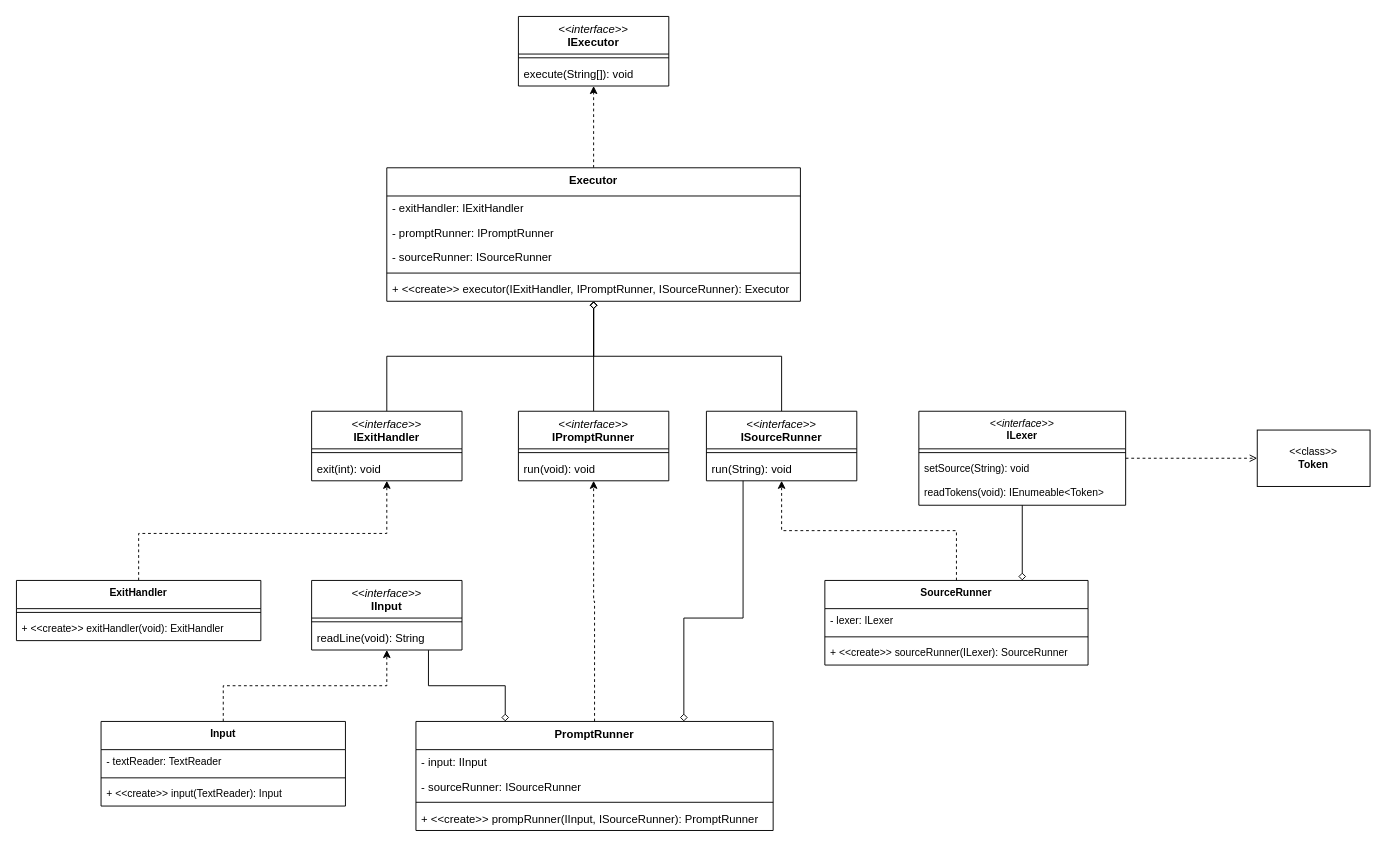
The draw.io diagram cslox/doc/uml-class-diagram.drawio in sradms0/lox, before the edit. Source tidied: cells renumbered, new cells numbered last; positions are measured from the earlier drawing's top-left corner, leaving out a move shared by most shapes. Both pictures are drawn from the tidied source at 94%, with x=0, y=0 at pixel (16, 16).
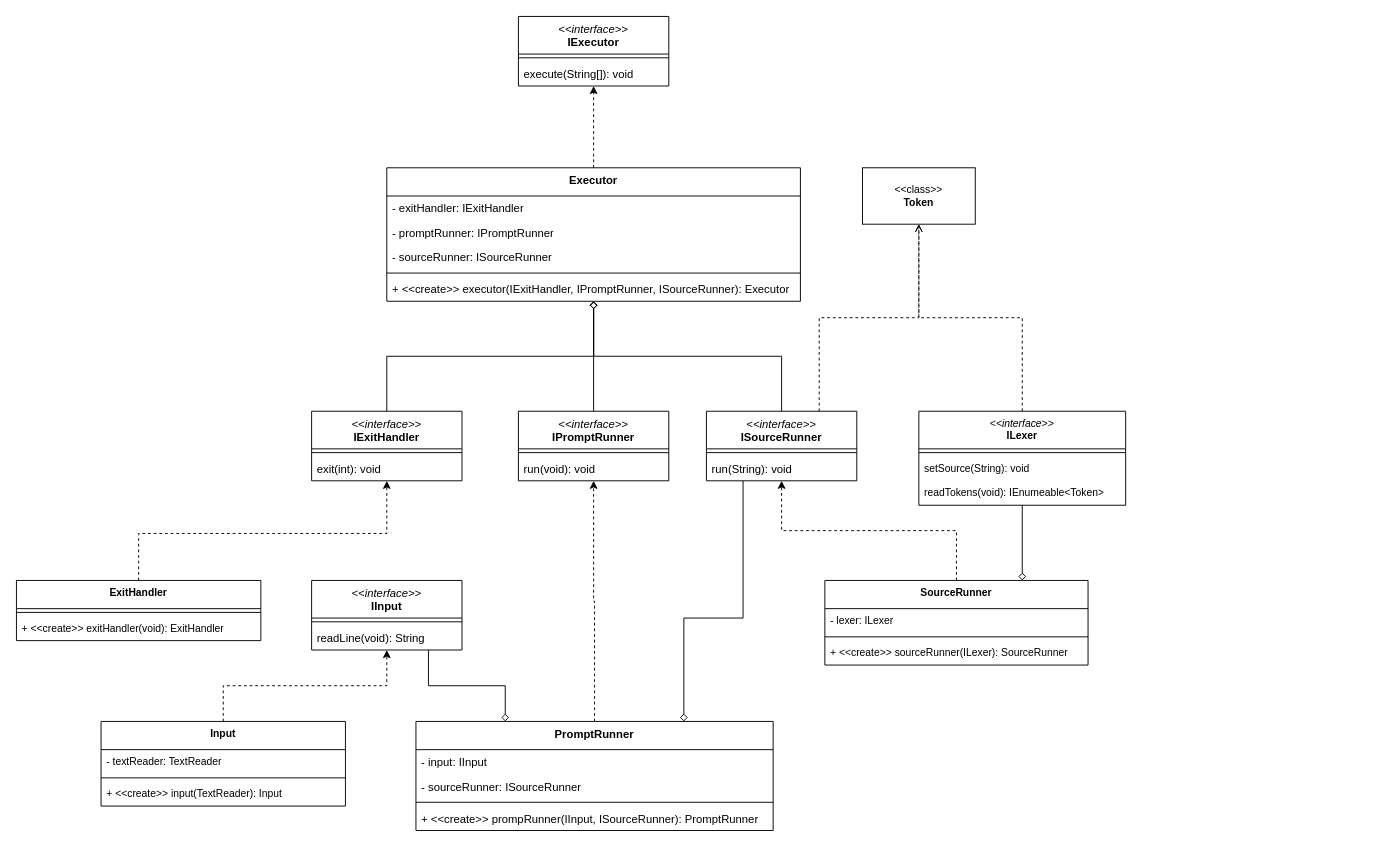
The same page after the edit.

The change refers to these unchanged cells:
```xml
<mxCell id="15" value="&lt;span style=&quot;font-weight: normal;&quot;&gt;&lt;i&gt;&amp;lt;&amp;lt;interface&amp;gt;&amp;gt;&lt;/i&gt;&lt;/span&gt;&lt;div&gt;ISourceRunner&lt;/div&gt;" style="swimlane;fontStyle=1;align=center;verticalAlign=top;horizontal=1;startSize=40;whiteSpace=wrap;html=1;" parent="1" vertex="1">
  <mxGeometry x="734" y="420" width="160" height="74" as="geometry" />
</mxCell>
<mxCell id="52" value="&lt;span style=&quot;font-weight: normal;&quot;&gt;&lt;i&gt;&amp;lt;&amp;lt;interface&amp;gt;&amp;gt;&lt;/i&gt;&lt;/span&gt;&lt;div&gt;ILexer&lt;/div&gt;" style="swimlane;fontStyle=1;align=center;verticalAlign=top;horizontal=1;startSize=40;whiteSpace=wrap;html=1;fontFamily=Helvetica;fontSize=11;fontColor=default;labelBackgroundColor=default;" parent="1" vertex="1">
  <mxGeometry x="960" y="420" width="220" height="100" as="geometry" />
</mxCell>
```

What changed in the source:
```diff
@@
+    <mxCell id="57" style="edgeStyle=orthogonalEdgeStyle;shape=connector;rounded=0;jettySize=auto;html=1;exitX=0.75;exitY=0;exitDx=0;exitDy=0;entryX=0.5;entryY=1;entryDx=0;entryDy=0;dashed=1;strokeColor=default;align=center;verticalAlign=middle;fontFamily=Helvetica;fontSize=11;fontColor=default;labelBackgroundColor=default;startArrow=none;startFill=0;endArrow=open;endFill=0;" parent="1" edge="1" source="15" target="56">
+      <mxGeometry relative="1" as="geometry" />
+    </mxCell>
@@
-    <mxCell id="51" style="edgeStyle=orthogonalEdgeStyle;shape=connector;rounded=0;jettySize=auto;html=1;entryX=0;entryY=0.5;entryDx=0;entryDy=0;strokeColor=default;align=center;verticalAlign=middle;fontFamily=Helvetica;fontSize=11;fontColor=default;labelBackgroundColor=default;startArrow=none;startFill=0;endArrow=open;endFill=0;dashed=1;" parent="1" edge="1" source="52" target="56">
+    <mxCell id="51" style="edgeStyle=orthogonalEdgeStyle;shape=connector;rounded=0;jettySize=auto;html=1;strokeColor=default;align=center;verticalAlign=middle;fontFamily=Helvetica;fontSize=11;fontColor=default;labelBackgroundColor=default;startArrow=none;startFill=0;endArrow=open;endFill=0;dashed=1;" parent="1" edge="1" source="52" target="56">
       <mxGeometry relative="1" as="geometry" />
     </mxCell>
@@
     <mxCell id="56" value="&amp;lt;&amp;lt;class&amp;gt;&amp;gt;&lt;div&gt;&lt;b&gt;Token&lt;/b&gt;&lt;/div&gt;" style="rounded=0;whiteSpace=wrap;html=1;fontFamily=Helvetica;fontSize=11;fontColor=default;labelBackgroundColor=default;" parent="1" vertex="1">
-      <mxGeometry x="1320" y="440" width="120" height="60" as="geometry" />
+      <mxGeometry x="900" y="161" width="120" height="60" as="geometry" />
     </mxCell>
```
